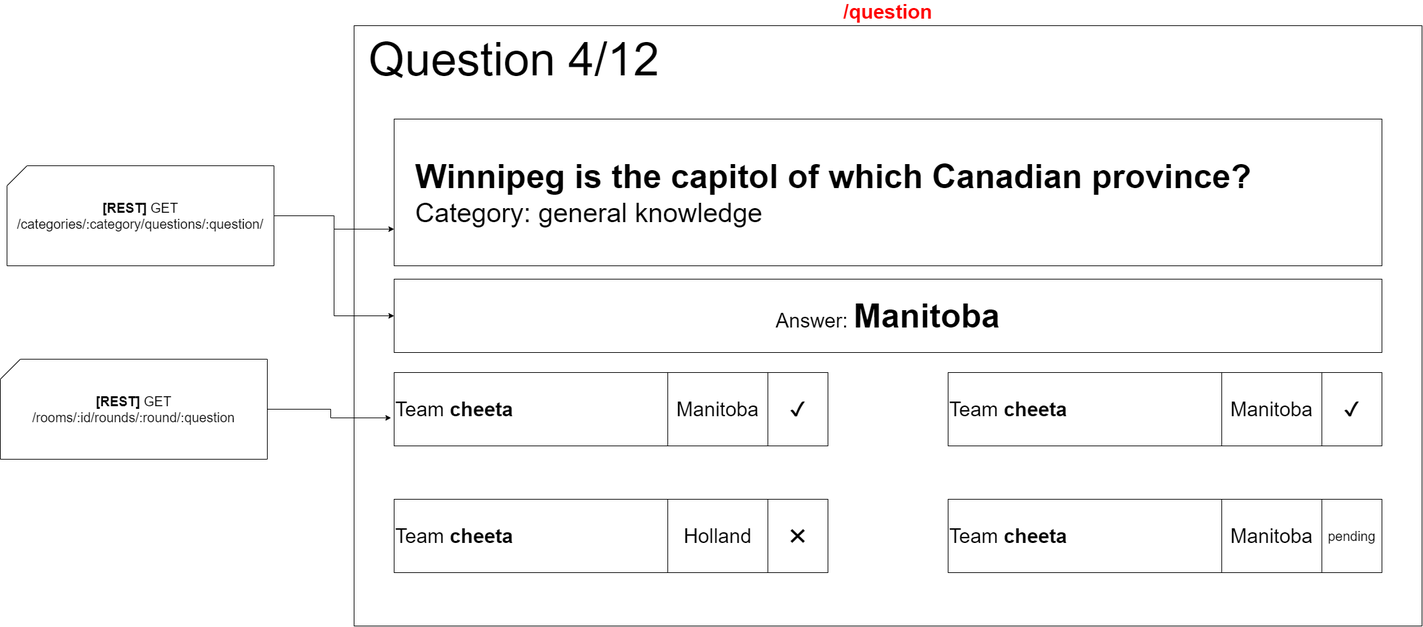
The draw.io diagram docs/wireframes-with-interactions/scoreboard-answers.png in IkBenDeSjaak/Quizzer, before a commit. Source tidied: cells renumbered, new cells last; positions are measured from the earlier drawing's top-left corner, leaving out a move shared by most shapes.
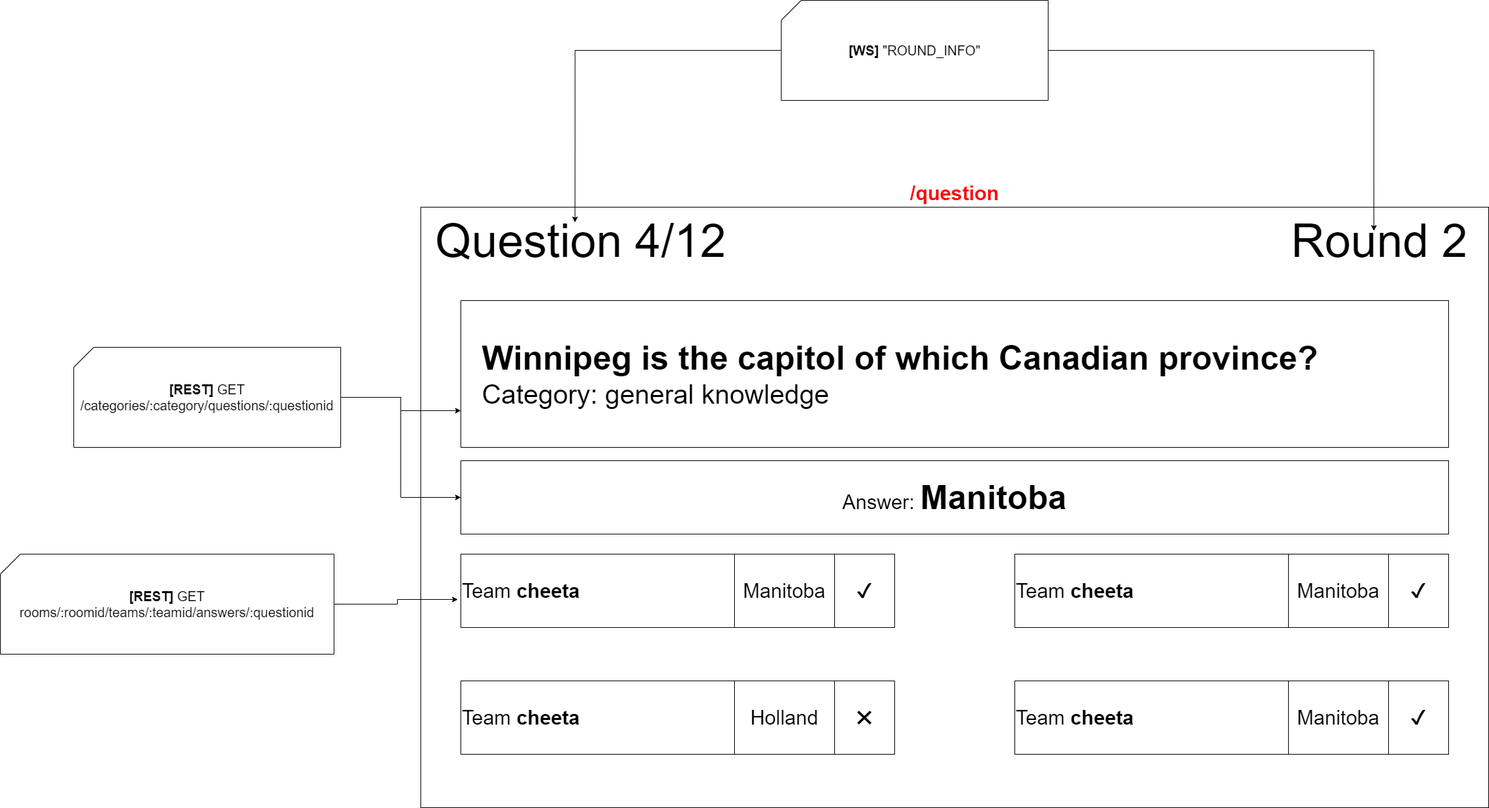
The same file after the commit.

The edit, as a diff of the source:
```diff
@@ -44,7 +44,7 @@
     <mxCell id="15" value="&lt;font style=&quot;font-size: 30px&quot;&gt;✔&lt;/font&gt;" style="rounded=0;whiteSpace=wrap;html=1;" parent="1" vertex="1">
       <mxGeometry x="1150" y="520" width="90" height="110" as="geometry" />
     </mxCell>
-    <mxCell id="16" value="&lt;font style=&quot;font-size: 20px&quot;&gt;pending&lt;/font&gt;" style="rounded=0;whiteSpace=wrap;html=1;" parent="1" vertex="1">
+    <mxCell id="16" value="&lt;span style=&quot;font-size: 30px&quot;&gt;✔&lt;/span&gt;" style="rounded=0;whiteSpace=wrap;html=1;" parent="1" vertex="1">
       <mxGeometry x="1980" y="710" width="90" height="110" as="geometry" />
     </mxCell>
     <mxCell id="17" value="&lt;span style=&quot;font-size: 30px&quot;&gt;✖&lt;/span&gt;" style="rounded=0;whiteSpace=wrap;html=1;" parent="1" vertex="1">
@@ -59,14 +59,26 @@
     <mxCell id="20" style="edgeStyle=orthogonalEdgeStyle;rounded=0;jettySize=auto;html=1;entryX=0;entryY=0.5;entryDx=0;entryDy=0;fontSize=20;" parent="1" edge="1" source="21" target="10">
       <mxGeometry relative="1" as="geometry" />
     </mxCell>
-    <mxCell id="21" value="&lt;b&gt;[REST]&lt;/b&gt;&amp;nbsp;GET&lt;br&gt;/categories/:category/questions/:question/" style="shape=card;whiteSpace=wrap;html=1;fontSize=20;" parent="1" vertex="1">
+    <mxCell id="21" value="&lt;b&gt;[REST]&lt;/b&gt;&amp;nbsp;GET&lt;br&gt;/categories/:category/questions/:questionid" style="shape=card;whiteSpace=wrap;html=1;fontSize=20;" parent="1" vertex="1">
       <mxGeometry x="10" y="210" width="400" height="150" as="geometry" />
     </mxCell>
     <mxCell id="22" style="edgeStyle=orthogonalEdgeStyle;rounded=0;jettySize=auto;html=1;entryX=-0.007;entryY=0.618;entryDx=0;entryDy=0;entryPerimeter=0;fontSize=20;" parent="1" edge="1" source="23" target="4">
       <mxGeometry relative="1" as="geometry" />
     </mxCell>
-    <mxCell id="23" value="&lt;b&gt;[REST]&lt;/b&gt;&amp;nbsp;GET&lt;br&gt;/rooms/:id/rounds/:round/:question" style="shape=card;whiteSpace=wrap;html=1;fontSize=20;" parent="1" vertex="1">
-      <mxGeometry y="500" width="400" height="150" as="geometry" />
+    <mxCell id="23" value="&lt;b&gt;[REST]&lt;/b&gt;&amp;nbsp;GET&lt;br&gt;rooms/:roomid/teams/:teamid/answers/:questionid" style="shape=card;whiteSpace=wrap;html=1;fontSize=20;" parent="1" vertex="1">
+      <mxGeometry x="-100" y="520" width="500" height="150" as="geometry" />
     </mxCell>
+    <mxCell id="24" value="&lt;span style=&quot;font-size: 70px&quot;&gt;Round 2&lt;/span&gt;" style="text;html=1;align=right;verticalAlign=middle;points=[];" parent="1" vertex="1">
+      <mxGeometry x="1820" y="30" width="280" height="40" as="geometry" />
+    </mxCell>
+    <mxCell id="25" style="edgeStyle=orthogonalEdgeStyle;rounded=0;jettySize=auto;html=1;entryX=0.469;entryY=-0.18;entryDx=0;entryDy=0;entryPerimeter=0;" parent="1" edge="1" source="27" target="3">
+      <mxGeometry relative="1" as="geometry" />
+    </mxCell>
+    <mxCell id="26" style="edgeStyle=orthogonalEdgeStyle;rounded=0;jettySize=auto;html=1;entryX=0.493;entryY=0.14;entryDx=0;entryDy=0;entryPerimeter=0;" parent="1" edge="1" source="27" target="24">
+      <mxGeometry relative="1" as="geometry" />
+    </mxCell>
+    <mxCell id="27" value="&lt;b&gt;[WS]&lt;/b&gt;&amp;nbsp;&quot;ROUND_INFO&quot;" style="shape=card;whiteSpace=wrap;html=1;fontSize=20;" parent="1" vertex="1">
+      <mxGeometry x="1070" y="-310" width="400" height="150" as="geometry" />
+    </mxCell>
   </root>
 </mxGraphModel>
```
